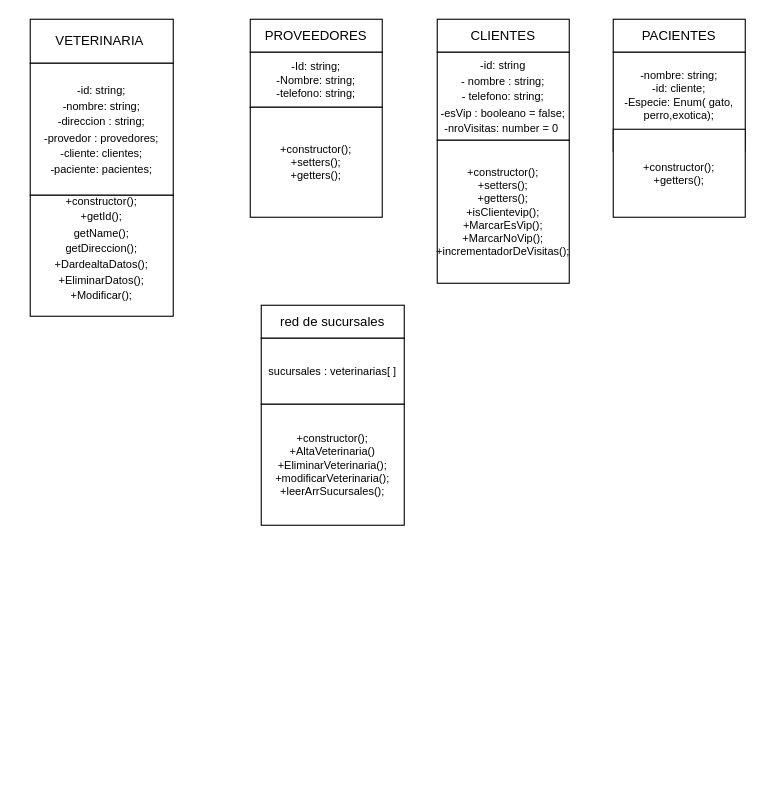
The draw.io diagram diagrama.dio in YessicaRomero/amigasConCodigo, before the edit. Source tidied: cells renumbered, new cells numbered last; positions are measured from the earlier drawing's top-left corner, leaving out a move shared by most shapes. Both pictures are drawn from the tidied source at 110%, with x=0, y=0 at pixel (30, 19).
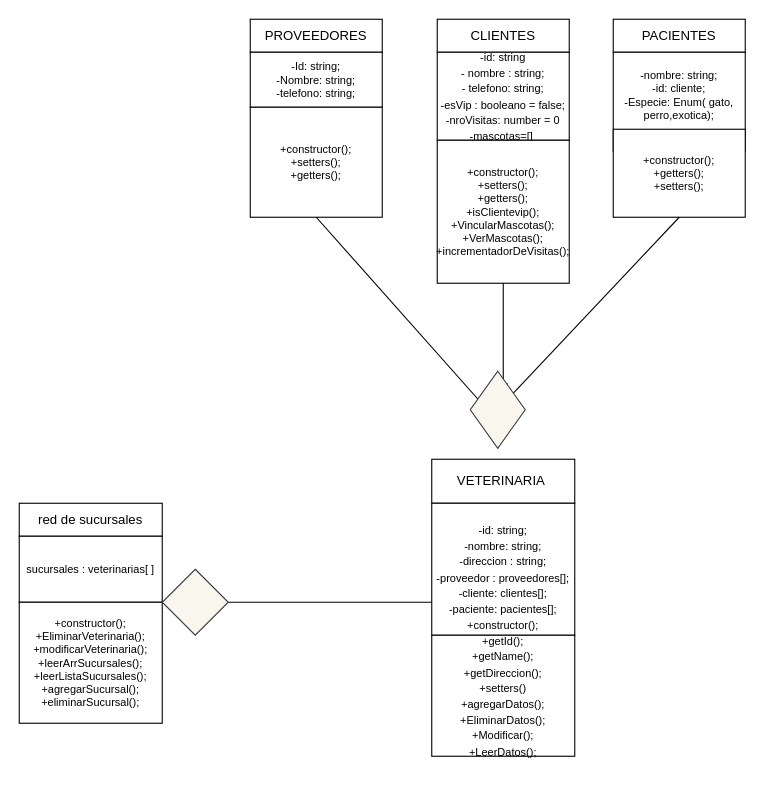
The same page after the edit.

Commit message:
diagrama completo

Unchanged cells that the change refers to:
```xml
<mxCell id="14" value="+constructor();&lt;br&gt;+setters();&lt;br&gt;+getters();" style="whiteSpace=wrap;html=1;fontSize=10;" parent="1" vertex="1">
  <mxGeometry x="200" y="80" width="120" height="100" as="geometry" />
</mxCell>
```

The edit, as a diff of the source:
```diff
@@
     <mxCell id="2" value="red de sucursales" style="whiteSpace=wrap;html=1;" parent="1" vertex="1">
-      <mxGeometry x="210" y="260" width="130" height="30" as="geometry" />
+      <mxGeometry x="-10" y="440" width="130" height="30" as="geometry" />
     </mxCell>
@@
     <mxCell id="5" value="VETERINARIA&amp;nbsp;" style="whiteSpace=wrap;html=1;" parent="1" vertex="1">
-      <mxGeometry width="130" height="40" as="geometry" />
+      <mxGeometry x="365" y="400" width="130" height="40" as="geometry" />
     </mxCell>
-    <mxCell id="6" value="&lt;font style=&quot;font-size: 10px;&quot;&gt;-id: string;&lt;br&gt;-nombre: string;&lt;br&gt;-direccion : string;&lt;br&gt;-provedor : provedores;&lt;br&gt;-cliente: clientes;&lt;br&gt;-paciente: pacientes;&lt;br&gt;&lt;/font&gt;" style="whiteSpace=wrap;html=1;" parent="1" vertex="1">
-      <mxGeometry y="40" width="130" height="120" as="geometry" />
+    <mxCell id="6" value="&lt;font style=&quot;font-size: 10px;&quot;&gt;-id: string;&lt;br&gt;-nombre: string;&lt;br&gt;-direccion : string;&lt;br&gt;-proveedor : proveedores[];&lt;br&gt;-cliente: clientes[];&lt;br&gt;-paciente: pacientes[];&lt;br&gt;&lt;/font&gt;" style="whiteSpace=wrap;html=1;" parent="1" vertex="1">
+      <mxGeometry x="365" y="440" width="130" height="120" as="geometry" />
     </mxCell>
-    <mxCell id="7" value="&lt;font style=&quot;font-size: 10px;&quot;&gt;+constructor();&lt;br&gt;+getId();&lt;br&gt;getName();&lt;br&gt;getDireccion();&lt;br&gt;+DardealtaDatos();&lt;br&gt;+EliminarDatos();&lt;br&gt;+Modificar();&lt;br&gt;&lt;br&gt;&lt;/font&gt;" style="whiteSpace=wrap;html=1;" parent="1" vertex="1">
-      <mxGeometry y="160" width="130" height="110" as="geometry" />
+    <mxCell id="7" value="&lt;font style=&quot;font-size: 10px;&quot;&gt;+constructor();&lt;br&gt;+getId();&lt;br&gt;+getName();&lt;br&gt;+getDireccion();&lt;br&gt;+setters()&lt;br&gt;+agregarDatos();&lt;br&gt;+EliminarDatos();&lt;br&gt;+Modificar();&lt;br&gt;+LeerDatos();&lt;br&gt;&lt;br&gt;&lt;/font&gt;" style="whiteSpace=wrap;html=1;" parent="1" vertex="1">
+      <mxGeometry x="365" y="560" width="130" height="110" as="geometry" />
     </mxCell>
@@
-    <mxCell id="9" value="&lt;font style=&quot;font-size: 10px;&quot;&gt;-id: string&lt;br&gt;- nombre : string;&lt;br&gt;- telefono: string;&lt;br&gt;-esVip : booleano = false;&lt;br&gt;-nroVisitas: number = 0&amp;nbsp;&lt;/font&gt;" style="whiteSpace=wrap;html=1;" parent="1" vertex="1">
+    <mxCell id="9" value="&lt;font style=&quot;font-size: 10px;&quot;&gt;-id: string&lt;br&gt;- nombre : string;&lt;br&gt;- telefono: string;&lt;br&gt;-esVip : booleano = false;&lt;br&gt;-nroVisitas: number = 0&lt;br&gt;-mascotas=[]&amp;nbsp;&lt;/font&gt;" style="whiteSpace=wrap;html=1;" parent="1" vertex="1">
       <mxGeometry x="370" y="30" width="120" height="80" as="geometry" />
     </mxCell>
+    <mxCell id="17" style="edgeStyle=none;html=1;exitX=0.5;exitY=1;exitDx=0;exitDy=0;" parent="1" edge="1" source="10">
+      <mxGeometry relative="1" as="geometry">
+        <mxPoint x="430" y="340" as="targetPoint" />
+      </mxGeometry>
+    </mxCell>
-    <mxCell id="10" value="+constructor();&lt;br&gt;+setters();&lt;br&gt;+getters();&lt;br&gt;+isClientevip();&lt;br&gt;+MarcarEsVip();&lt;br&gt;+MarcarNoVip();&lt;br&gt;+incrementadorDeVisitas();" style="whiteSpace=wrap;html=1;fontSize=10;" parent="1" vertex="1">
+    <mxCell id="10" value="+constructor();&lt;br&gt;+setters();&lt;br&gt;+getters();&lt;br&gt;+isClientevip();&lt;br&gt;+VincularMascotas();&lt;br&gt;+VerMascotas();&lt;br&gt;+incrementadorDeVisitas();" style="whiteSpace=wrap;html=1;fontSize=10;" parent="1" vertex="1">
       <mxGeometry x="370" y="110" width="120" height="130" as="geometry" />
     </mxCell>
@@
-    <mxCell id="12" value="+constructor();&lt;br&gt;+getters();&lt;br&gt;" style="whiteSpace=wrap;html=1;fontSize=10;" parent="1" vertex="1">
+    <mxCell id="12" value="+constructor();&lt;br&gt;+getters();&lt;br&gt;+setters();" style="whiteSpace=wrap;html=1;fontSize=10;" parent="1" vertex="1">
       <mxGeometry x="530" y="100" width="120" height="80" as="geometry" />
     </mxCell>
@@
     <mxCell id="15" value="sucursales : veterinarias[ ]" style="whiteSpace=wrap;html=1;fontSize=10;" parent="1" vertex="1">
-      <mxGeometry x="210" y="290" width="130" height="60" as="geometry" />
+      <mxGeometry x="-10" y="470" width="130" height="60" as="geometry" />
     </mxCell>
-    <mxCell id="16" value="+constructor();&lt;br&gt;+AltaVeterinaria()&lt;br&gt;+EliminarVeterinaria();&lt;br&gt;+modificarVeterinaria();&lt;br&gt;+leerArrSucursales();" style="whiteSpace=wrap;html=1;fontSize=10;" parent="1" vertex="1">
-      <mxGeometry x="210" y="350" width="130" height="110" as="geometry" />
+    <mxCell id="16" value="+constructor();&lt;br&gt;+EliminarVeterinaria();&lt;br&gt;+modificarVeterinaria();&lt;br&gt;+leerArrSucursales();&lt;br&gt;+leerListaSucursales();&lt;br&gt;+agregarSucursal();&lt;br&gt;+eliminarSucursal();" style="whiteSpace=wrap;html=1;fontSize=10;" parent="1" vertex="1">
+      <mxGeometry x="-10" y="530" width="130" height="110" as="geometry" />
     </mxCell>
+    <mxCell id="18" style="endArrow=none;html=1;exitX=0.5;exitY=1;exitDx=0;exitDy=0;" parent="1" edge="1" source="14">
+      <mxGeometry relative="1" as="geometry">
+        <mxPoint x="420" y="360" as="targetPoint" />
+      </mxGeometry>
+    </mxCell>
+    <mxCell id="19" style="endArrow=none;html=1;entryX=0.5;entryY=1;entryDx=0;entryDy=0;startArrow=none;" parent="1" edge="1" source="21" target="12">
+      <mxGeometry relative="1" as="geometry" />
+    </mxCell>
+    <mxCell id="20" style="endArrow=none;html=1;entryX=0.5;entryY=1;entryDx=0;entryDy=0;" parent="1" edge="1" target="21">
+      <mxGeometry relative="1" as="geometry">
+        <mxPoint x="440" y="350" as="sourcePoint" />
+      </mxGeometry>
+    </mxCell>
+    <mxCell id="21" style="rhombus;whiteSpace=wrap;html=1;fillColor=#f9f7ed;strokeColor=#36393d;" parent="1" vertex="1">
+      <mxGeometry x="400" y="320" width="50" height="70" as="geometry" />
+    </mxCell>
+    <mxCell id="22" style="endArrow=none;html=1;entryX=0;entryY=0.75;entryDx=0;entryDy=0;startArrow=none;" parent="1" edge="1" source="24" target="6">
+      <mxGeometry relative="1" as="geometry" />
+    </mxCell>
+    <mxCell id="23" style="endArrow=none;html=1;entryX=0;entryY=0.75;entryDx=0;entryDy=0;" parent="1" edge="1" target="24">
+      <mxGeometry relative="1" as="geometry">
+        <mxPoint x="160" y="530" as="sourcePoint" />
+      </mxGeometry>
+    </mxCell>
+    <mxCell id="24" style="rhombus;whiteSpace=wrap;html=1;fillColor=#f9f7ed;strokeColor=#36393d;" parent="1" vertex="1">
+      <mxGeometry x="120" y="500" width="60" height="60" as="geometry" />
+    </mxCell>
```
